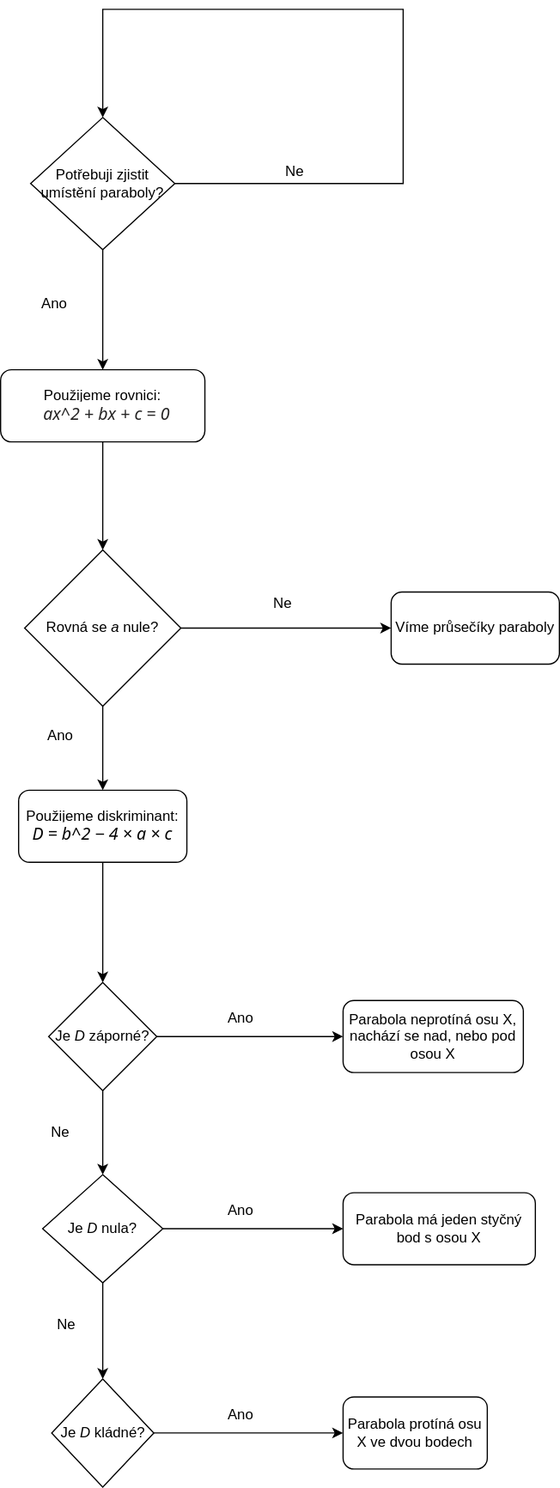
The draw.io diagram Pisemka.drawio.svg in JakesJakub/diagrams1.net, before a commit. Source tidied: cells renumbered, new cells last; positions are measured from the earlier drawing's top-left corner, leaving out a move shared by most shapes.
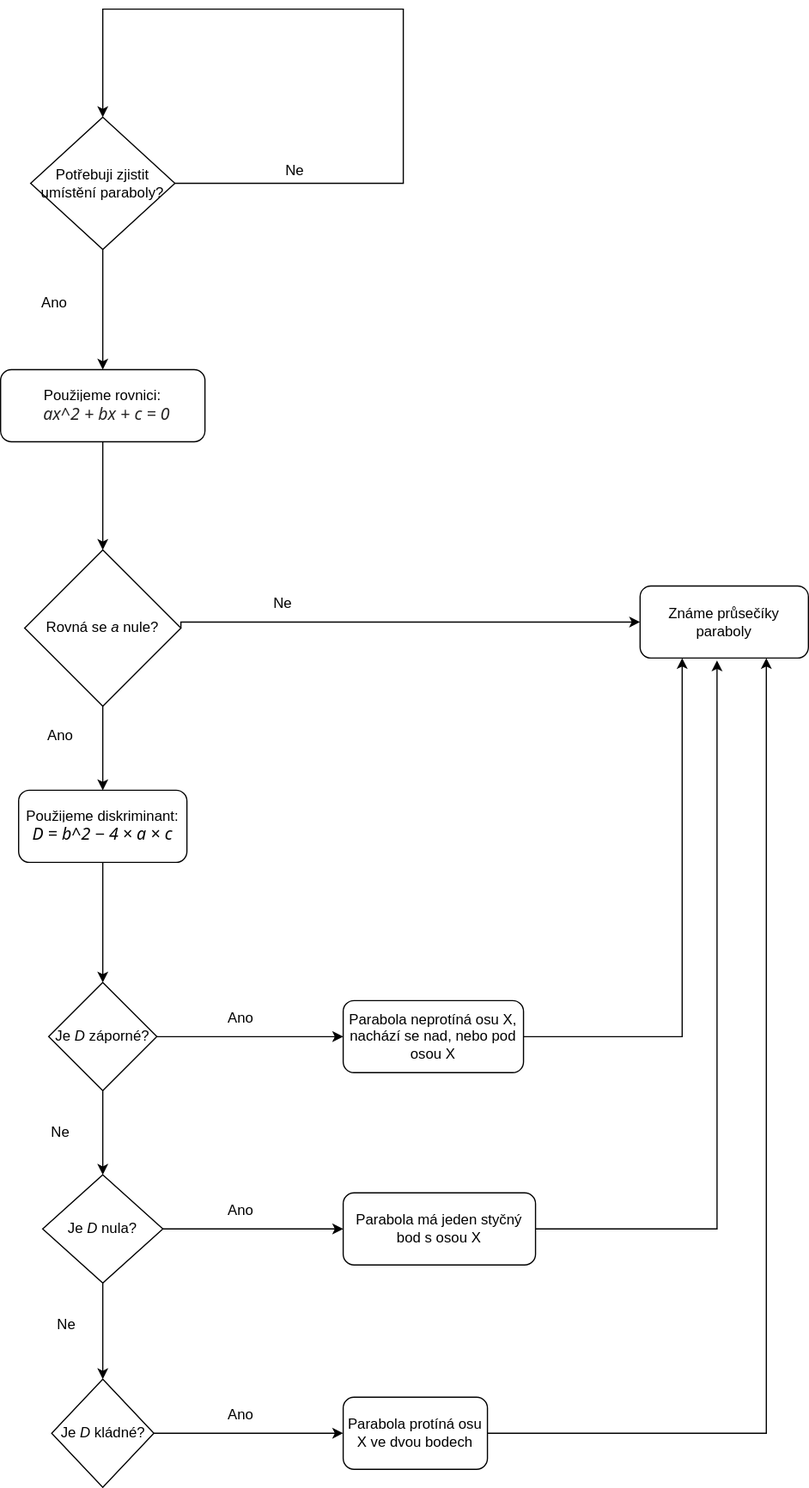
After the change.

Diff of the diagram source:
```diff
@@ -36,9 +36,11 @@
         <mxPoint x="85" y="650" as="targetPoint" />
       </mxGeometry>
     </mxCell>
-    <mxCell id="10" style="edgeStyle=orthogonalEdgeStyle;rounded=0;jettySize=auto;html=1;exitX=1;exitY=0.5;exitDx=0;exitDy=0;" parent="1" edge="1" source="11">
+    <mxCell id="10" style="edgeStyle=orthogonalEdgeStyle;rounded=0;jettySize=auto;html=1;exitX=1;exitY=0.5;exitDx=0;exitDy=0;entryX=0;entryY=0.5;entryDx=0;entryDy=0;" parent="1" edge="1" source="11" target="14">
       <mxGeometry relative="1" as="geometry">
-        <mxPoint x="325" y="515" as="targetPoint" />
+        <Array as="points">
+          <mxPoint x="150" y="510" />
+        </Array>
       </mxGeometry>
     </mxCell>
     <mxCell id="11" value="Rovná se &lt;i&gt;a&lt;/i&gt;&amp;nbsp;nule?" style="rhombus;whiteSpace=wrap;html=1;" parent="1" vertex="1">
@@ -52,8 +54,8 @@
     <mxCell id="13" value="Použijeme diskriminant:&lt;br&gt;&lt;i&gt;&lt;span style=&quot;box-sizing: border-box ; font-family: &amp;#34;segoe ui web&amp;#34; , &amp;#34;segoe ui&amp;#34; , &amp;#34;segoe wp&amp;#34; , &amp;#34;segoe ui emoji&amp;#34; , &amp;#34;tahoma&amp;#34; , &amp;#34;arial&amp;#34; , sans-serif ; font-size: 14px ; text-align: left ; background-color: rgb(255 , 255 , 255)&quot;&gt;D&lt;/span&gt;&lt;span style=&quot;box-sizing: border-box ; font-family: &amp;#34;segoe ui web&amp;#34; , &amp;#34;segoe ui&amp;#34; , &amp;#34;segoe wp&amp;#34; , &amp;#34;segoe ui emoji&amp;#34; , &amp;#34;tahoma&amp;#34; , &amp;#34;arial&amp;#34; , sans-serif ; font-size: 14px ; text-align: left ; background-color: rgb(255 , 255 , 255)&quot;&gt;&amp;nbsp;= b^2&amp;nbsp;&lt;/span&gt;&lt;span style=&quot;box-sizing: border-box ; font-family: &amp;#34;segoe ui web&amp;#34; , &amp;#34;segoe ui&amp;#34; , &amp;#34;segoe wp&amp;#34; , &amp;#34;segoe ui emoji&amp;#34; , &amp;#34;tahoma&amp;#34; , &amp;#34;arial&amp;#34; , sans-serif ; font-size: 14px ; text-align: left ; background-color: rgb(255 , 255 , 255)&quot;&gt;−&lt;/span&gt;&lt;span style=&quot;box-sizing: border-box ; font-family: &amp;#34;segoe ui web&amp;#34; , &amp;#34;segoe ui&amp;#34; , &amp;#34;segoe wp&amp;#34; , &amp;#34;segoe ui emoji&amp;#34; , &amp;#34;tahoma&amp;#34; , &amp;#34;arial&amp;#34; , sans-serif ; font-size: 14px ; text-align: left ; background-color: rgb(255 , 255 , 255)&quot;&gt;&amp;nbsp;4 × a × c&lt;/span&gt;&lt;/i&gt;" style="rounded=1;whiteSpace=wrap;html=1;" parent="1" vertex="1">
       <mxGeometry x="15" y="650" width="140" height="60" as="geometry" />
     </mxCell>
-    <mxCell id="14" value="Víme průsečíky paraboly" style="rounded=1;whiteSpace=wrap;html=1;" parent="1" vertex="1">
-      <mxGeometry x="325" y="485" width="140" height="60" as="geometry" />
+    <mxCell id="14" value="Známe průsečíky paraboly" style="rounded=1;whiteSpace=wrap;html=1;" parent="1" vertex="1">
+      <mxGeometry x="532" y="480" width="140" height="60" as="geometry" />
     </mxCell>
     <mxCell id="15" style="edgeStyle=orthogonalEdgeStyle;rounded=0;jettySize=auto;html=1;exitX=1;exitY=0.5;exitDx=0;exitDy=0;" parent="1" edge="1" source="17">
       <mxGeometry relative="1" as="geometry">
@@ -68,6 +70,9 @@
     <mxCell id="17" value="Je &lt;i&gt;D&lt;/i&gt;&amp;nbsp;záporné?" style="rhombus;whiteSpace=wrap;html=1;" parent="1" vertex="1">
       <mxGeometry x="40" y="810" width="90" height="90" as="geometry" />
     </mxCell>
+    <mxCell id="33" style="edgeStyle=orthogonalEdgeStyle;rounded=0;jettySize=auto;html=1;exitX=1;exitY=0.5;exitDx=0;exitDy=0;entryX=0.25;entryY=1;entryDx=0;entryDy=0;" parent="1" edge="1" source="18" target="14">
+      <mxGeometry relative="1" as="geometry" />
+    </mxCell>
     <mxCell id="18" value="Parabola neprotíná osu X, nachází se nad, nebo pod osou X" style="rounded=1;whiteSpace=wrap;html=1;" parent="1" vertex="1">
       <mxGeometry x="285" y="825" width="150" height="60" as="geometry" />
     </mxCell>
@@ -84,6 +89,13 @@
     <mxCell id="21" value="Je &lt;i&gt;D&lt;/i&gt;&amp;nbsp;nula?" style="rhombus;whiteSpace=wrap;html=1;" parent="1" vertex="1">
       <mxGeometry x="35" y="970" width="100" height="90" as="geometry" />
     </mxCell>
+    <mxCell id="34" style="edgeStyle=orthogonalEdgeStyle;rounded=0;jettySize=auto;html=1;exitX=1;exitY=0.5;exitDx=0;exitDy=0;entryX=0.457;entryY=1.033;entryDx=0;entryDy=0;entryPerimeter=0;" parent="1" edge="1" source="22" target="14">
+      <mxGeometry relative="1" as="geometry">
+        <Array as="points">
+          <mxPoint x="596" y="1015" />
+        </Array>
+      </mxGeometry>
+    </mxCell>
     <mxCell id="22" value="Parabola má jeden styčný bod s osou X" style="rounded=1;whiteSpace=wrap;html=1;" parent="1" vertex="1">
       <mxGeometry x="285" y="985" width="160" height="60" as="geometry" />
     </mxCell>
@@ -107,6 +119,9 @@
     <mxCell id="28" value="Je &lt;i&gt;D &lt;/i&gt;kládné?" style="rhombus;whiteSpace=wrap;html=1;" parent="1" vertex="1">
       <mxGeometry x="42.5" y="1140" width="85" height="90" as="geometry" />
     </mxCell>
+    <mxCell id="35" style="edgeStyle=orthogonalEdgeStyle;rounded=0;jettySize=auto;html=1;exitX=1;exitY=0.5;exitDx=0;exitDy=0;entryX=0.75;entryY=1;entryDx=0;entryDy=0;" parent="1" edge="1" source="29" target="14">
+      <mxGeometry relative="1" as="geometry" />
+    </mxCell>
     <mxCell id="29" value="Parabola protíná osu X ve dvou bodech" style="rounded=1;whiteSpace=wrap;html=1;" parent="1" vertex="1">
       <mxGeometry x="285" y="1155" width="120" height="60" as="geometry" />
     </mxCell>
```
